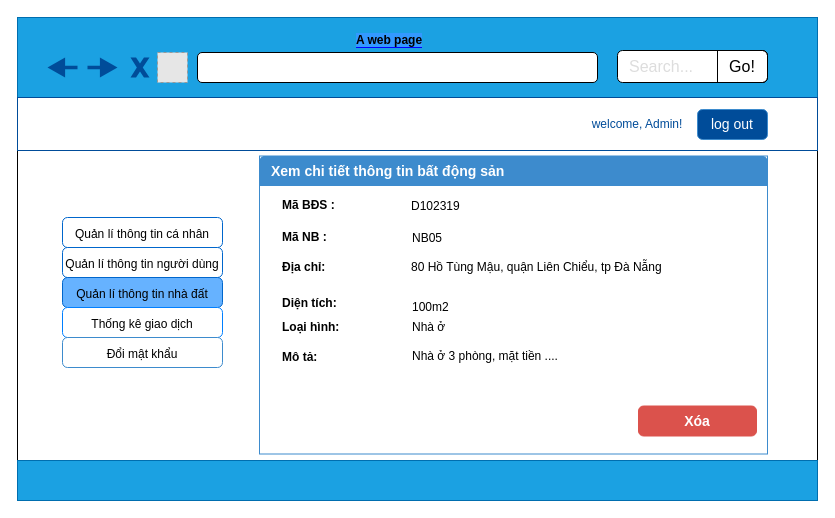
Above: Detail Sales.drawio in tramtruong98/use_case_diagram (draw.io), before the change. Source tidied: cells renumbered, new cells numbered last; positions are measured from the earlier drawing's top-left corner, leaving out a move shared by most shapes. Both pictures are drawn from the tidied source at 100%, with x=0, y=0 at pixel (17, 17). Pictures stored in the file or linked from it are replaced by grey dashed boxes.
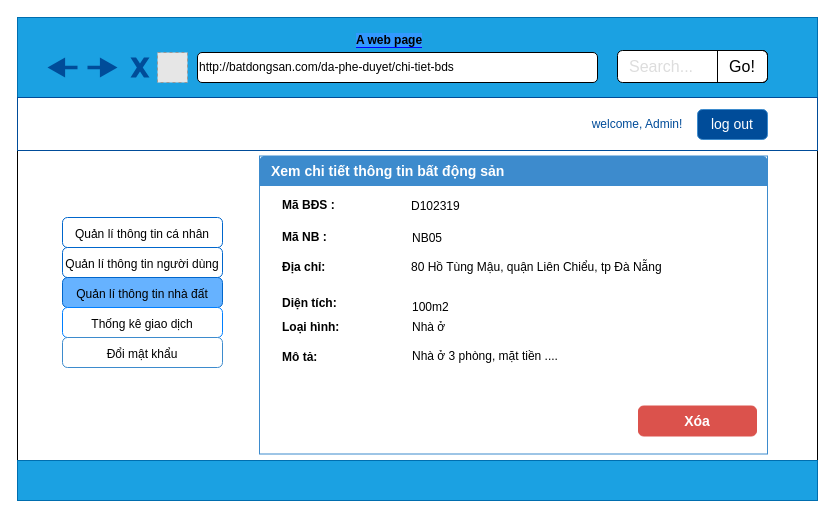
The same diagram, later.

Diff of the diagram source:
```diff
@@
-    <mxCell id="5" style="rounded=1;whiteSpace=wrap;html=1;" parent="1" vertex="1">
+    <mxCell id="5" value="&lt;span style=&quot;white-space: normal&quot;&gt;http://batdongsan.com/da-phe-duyet/chi-tiet-bds&lt;/span&gt;" style="rounded=1;whiteSpace=wrap;html=1;align=left;" parent="1" vertex="1">
       <mxGeometry x="180" y="35" width="400" height="30" as="geometry" />
     </mxCell>
```
